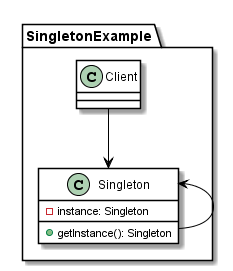
Before: AbstractFactoryAndSingleton/docs/img/Singleton_CD.png, a diagram exported from PlantUML (rovany706/design-patterns).
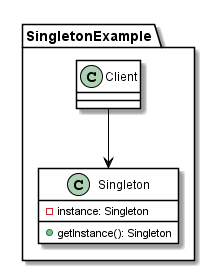
Above is the later version.

What changed in the source:
```diff
@@ -16,6 +16,5 @@
     }
 
     Client --> Singleton
-    Singleton -up-> Singleton
 }
 @enduml
```
